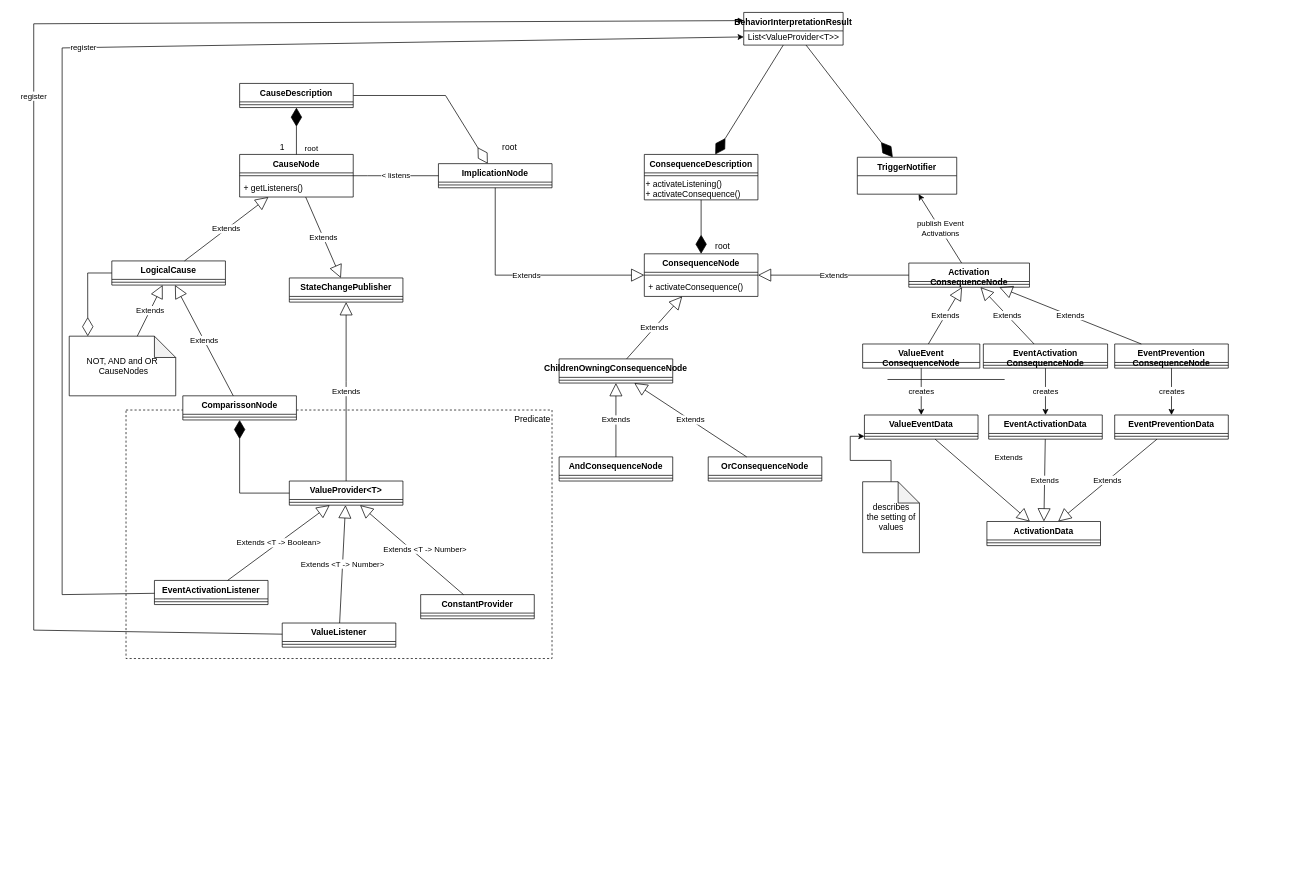
The draw.io diagram TLTeaInterprtationClasses.drawio in Cambio-Project/TL-Tea, before the edit. Source tidied: cells renumbered, new cells numbered last; positions are measured from the earlier drawing's top-left corner, leaving out a move shared by most shapes. Both pictures are drawn from the tidied source at 71%, with x=0, y=0 at pixel (33, 12).
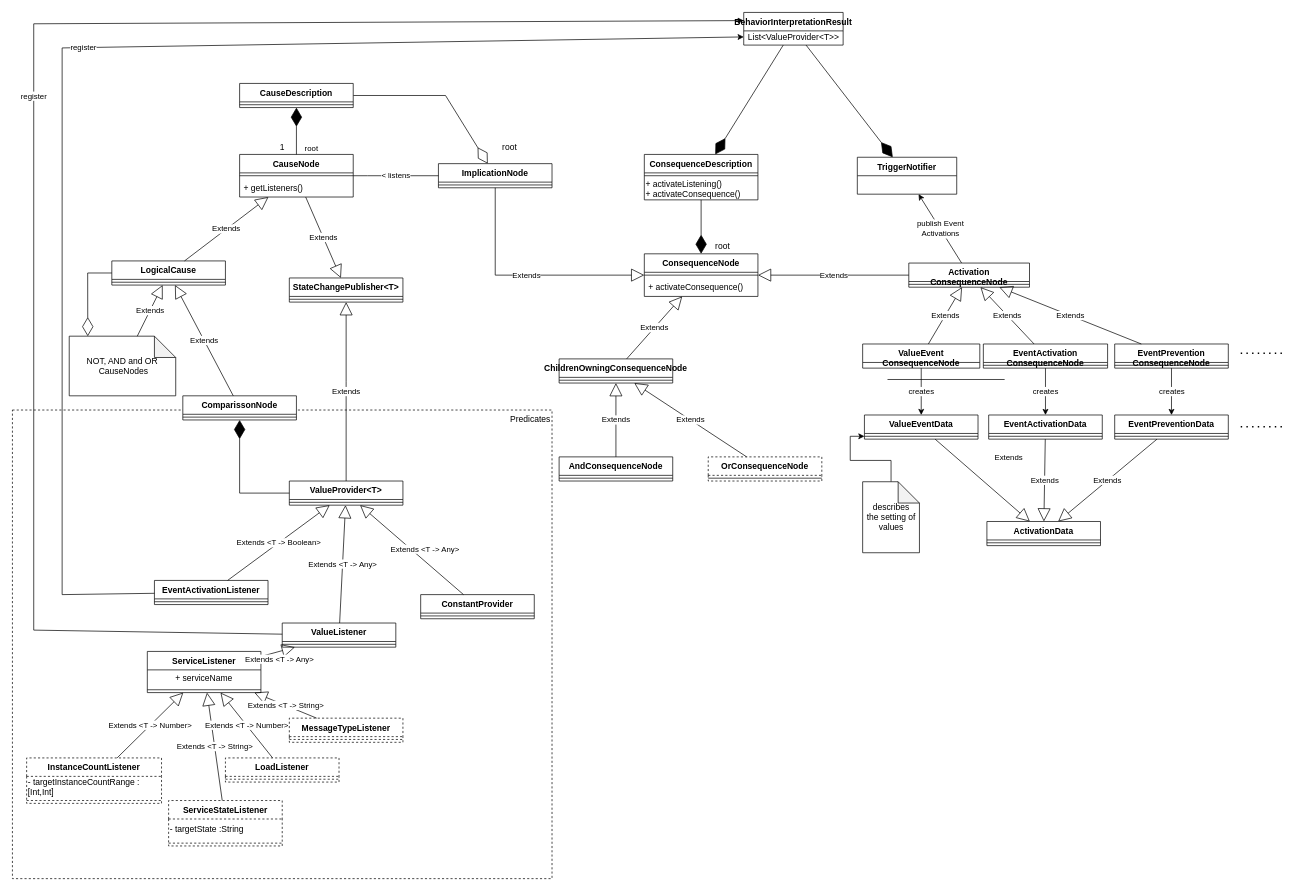
The same page after the edit.

The change refers to these unchanged cells:
```xml
<mxCell id="17" value="ValueProvider&lt;T&gt;" style="swimlane;fontStyle=1;align=center;verticalAlign=top;horizontal=1;startSize=26;" parent="1" vertex="1">
  <mxGeometry x="360" y="660" width="160" height="34" as="geometry" />
</mxCell>
<mxCell id="19" value="ConstantProvider" style="swimlane;fontStyle=1;align=center;verticalAlign=top;horizontal=1;startSize=26;" parent="1" vertex="1">
  <mxGeometry x="545" y="820" width="160" height="34" as="geometry" />
</mxCell>
<mxCell id="21" value="ValueListener" style="swimlane;fontStyle=1;align=center;verticalAlign=top;horizontal=1;startSize=26;" parent="1" vertex="1">
  <mxGeometry x="350" y="860" width="160" height="34" as="geometry" />
</mxCell>
```

The edit, as a diff of the source:
```diff
@@
-    <mxCell id="2" value="Predicate" style="rounded=0;whiteSpace=wrap;html=1;dashed=1;fillColor=default;align=right;verticalAlign=top;" parent="1" vertex="1">
-      <mxGeometry x="130" y="560" width="600" height="350" as="geometry" />
+    <mxCell id="2" value="Predicates" style="rounded=0;whiteSpace=wrap;html=1;dashed=1;fillColor=default;align=right;verticalAlign=top;" parent="1" vertex="1">
+      <mxGeometry x="-30" y="560" width="760" height="660" as="geometry" />
     </mxCell>
@@
-    <mxCell id="12" value="StateChangePublisher" style="swimlane;fontStyle=1;align=center;verticalAlign=top;horizontal=1;startSize=26;" parent="1" vertex="1">
+    <mxCell id="12" value="StateChangePublisher&lt;T&gt;" style="swimlane;fontStyle=1;align=center;verticalAlign=top;horizontal=1;startSize=26;" parent="1" vertex="1">
       <mxGeometry x="360" y="374" width="160" height="34" as="geometry" />
     </mxCell>
@@
-    <mxCell id="27" value="Extends &amp;lt;T -&amp;gt; Number&amp;gt;" style="endArrow=block;endSize=16;endFill=0;html=1;rounded=0;" parent="1" edge="1" source="21" target="17">
+    <mxCell id="27" value="Extends &amp;lt;T -&amp;gt; Any&amp;gt;" style="endArrow=block;endSize=16;endFill=0;html=1;rounded=0;" parent="1" edge="1" source="21" target="17">
       <mxGeometry relative="1" as="geometry" />
     </mxCell>
-    <mxCell id="28" value="Extends &amp;lt;T -&amp;gt; Number&amp;gt;" style="endArrow=block;endSize=16;endFill=0;html=1;rounded=0;" parent="1" edge="1" source="19" target="17">
+    <mxCell id="28" value="Extends &amp;lt;T -&amp;gt; Any&amp;gt;" style="endArrow=block;endSize=16;endFill=0;html=1;rounded=0;" parent="1" edge="1" source="19" target="17">
       <mxGeometry x="-0.14" y="-13" relative="1" as="geometry" />
     </mxCell>
@@
-    <mxCell id="87" value="OrConsequenceNode" style="swimlane;fontStyle=1;align=center;verticalAlign=top;horizontal=1;startSize=26;" parent="1" vertex="1">
+    <mxCell id="87" value="OrConsequenceNode" style="swimlane;fontStyle=1;align=center;verticalAlign=top;horizontal=1;startSize=26;dashed=1;" parent="1" vertex="1">
       <mxGeometry x="950" y="626" width="160" height="34" as="geometry" />
     </mxCell>
@@
+    <mxCell id="96" value="Extends &amp;lt;T -&amp;gt; Number&amp;gt;" style="endArrow=block;endSize=16;endFill=0;html=1;rounded=0;" parent="1" edge="1" source="97" target="112">
+      <mxGeometry relative="1" as="geometry" />
+    </mxCell>
+    <mxCell id="97" value="InstanceCountListener" style="swimlane;fontStyle=1;align=center;verticalAlign=top;horizontal=1;startSize=26;dashed=1;" parent="1" vertex="1">
+      <mxGeometry x="-10" y="1050" width="190" height="64" as="geometry" />
+    </mxCell>
+    <mxCell id="98" value="- targetInstanceCountRange : [Int,Int]" style="text;html=1;strokeColor=none;fillColor=none;align=left;verticalAlign=middle;whiteSpace=wrap;rounded=0;dashed=1;" parent="97" vertex="1">
+      <mxGeometry y="26" width="190" height="30" as="geometry" />
+    </mxCell>
+    <mxCell id="99" style="line;strokeWidth=1;fillColor=none;align=left;verticalAlign=middle;spacingTop=-1;spacingLeft=3;spacingRight=3;labelPosition=right;dashed=1;" parent="97" vertex="1">
+      <mxGeometry y="56" width="190" height="8" as="geometry" />
+    </mxCell>
+    <mxCell id="100" value="ServiceStateListener" style="swimlane;fontStyle=1;align=center;verticalAlign=top;horizontal=1;startSize=26;dashed=1;" parent="1" vertex="1">
+      <mxGeometry x="190" y="1110" width="160" height="64" as="geometry" />
+    </mxCell>
+    <mxCell id="101" value="- targetState :String" style="text;html=1;strokeColor=none;fillColor=none;align=left;verticalAlign=middle;whiteSpace=wrap;rounded=0;dashed=1;" parent="100" vertex="1">
+      <mxGeometry y="26" width="160" height="30" as="geometry" />
+    </mxCell>
+    <mxCell id="102" style="line;strokeWidth=1;fillColor=none;align=left;verticalAlign=middle;spacingTop=-1;spacingLeft=3;spacingRight=3;labelPosition=right;dashed=1;" parent="100" vertex="1">
+      <mxGeometry y="56" width="160" height="8" as="geometry" />
+    </mxCell>
+    <mxCell id="103" value="Extends &amp;lt;T -&amp;gt; String&amp;gt;" style="endArrow=block;endSize=16;endFill=0;html=1;rounded=0;" parent="1" edge="1" source="100" target="112">
+      <mxGeometry relative="1" as="geometry" />
+    </mxCell>
+    <mxCell id="104" value="LoadListener" style="swimlane;fontStyle=1;align=center;verticalAlign=top;horizontal=1;startSize=26;dashed=1;" parent="1" vertex="1">
+      <mxGeometry x="270" y="1050" width="160" height="34" as="geometry" />
+    </mxCell>
+    <mxCell id="105" style="line;strokeWidth=1;fillColor=none;align=left;verticalAlign=middle;spacingTop=-1;spacingLeft=3;spacingRight=3;labelPosition=right;dashed=1;" parent="104" vertex="1">
+      <mxGeometry y="26" width="160" height="8" as="geometry" />
+    </mxCell>
+    <mxCell id="106" value="Extends &amp;lt;T -&amp;gt; Number&amp;gt;" style="endArrow=block;endSize=16;endFill=0;html=1;rounded=0;" parent="1" edge="1" source="104" target="112">
+      <mxGeometry relative="1" as="geometry" />
+    </mxCell>
+    <mxCell id="107" style="endArrow=none;dashed=1;html=1;dashPattern=1 3;strokeWidth=2;rounded=0;" parent="1" edge="1">
+      <mxGeometry relative="1" as="geometry">
+        <mxPoint x="1700" y="480" as="sourcePoint" />
+        <mxPoint x="1760" y="480" as="targetPoint" />
+      </mxGeometry>
+    </mxCell>
+    <mxCell id="108" style="endArrow=none;dashed=1;html=1;dashPattern=1 3;strokeWidth=2;rounded=0;" parent="1" edge="1">
+      <mxGeometry relative="1" as="geometry">
+        <mxPoint x="1700" y="583.5" as="sourcePoint" />
+        <mxPoint x="1760" y="583.5" as="targetPoint" />
+      </mxGeometry>
+    </mxCell>
+    <mxCell id="109" value="MessageTypeListener" style="swimlane;fontStyle=1;align=center;verticalAlign=top;horizontal=1;startSize=26;dashed=1;" parent="1" vertex="1">
+      <mxGeometry x="360" y="994" width="160" height="34" as="geometry" />
+    </mxCell>
+    <mxCell id="110" style="line;strokeWidth=1;fillColor=none;align=left;verticalAlign=middle;spacingTop=-1;spacingLeft=3;spacingRight=3;labelPosition=right;dashed=1;" parent="109" vertex="1">
+      <mxGeometry y="26" width="160" height="8" as="geometry" />
+    </mxCell>
+    <mxCell id="111" value="Extends &amp;lt;T -&amp;gt; String&amp;gt;" style="endArrow=block;endSize=16;endFill=0;html=1;rounded=0;" parent="1" edge="1" source="109" target="112">
+      <mxGeometry relative="1" as="geometry" />
+    </mxCell>
+    <mxCell id="112" value="ServiceListener" style="swimlane;fontStyle=1;align=center;verticalAlign=top;horizontal=1;startSize=26;" parent="1" vertex="1">
+      <mxGeometry x="160" y="900" width="160" height="58" as="geometry" />
+    </mxCell>
+    <mxCell id="113" value="+ serviceName" style="text;html=1;strokeColor=none;fillColor=none;align=center;verticalAlign=middle;whiteSpace=wrap;rounded=0;dashed=1;" parent="112" vertex="1">
+      <mxGeometry y="26" width="160" height="24" as="geometry" />
+    </mxCell>
+    <mxCell id="114" style="line;strokeWidth=1;fillColor=none;align=left;verticalAlign=middle;spacingTop=-1;spacingLeft=3;spacingRight=3;labelPosition=right;" parent="112" vertex="1">
+      <mxGeometry y="50" width="160" height="8" as="geometry" />
+    </mxCell>
+    <mxCell id="115" value="Extends &amp;lt;T -&amp;gt; Any&amp;gt;" style="endArrow=block;endSize=16;endFill=0;html=1;rounded=0;" parent="1" edge="1" source="112" target="21">
+      <mxGeometry x="-0.04" y="-11" relative="1" as="geometry" />
+    </mxCell>
```
